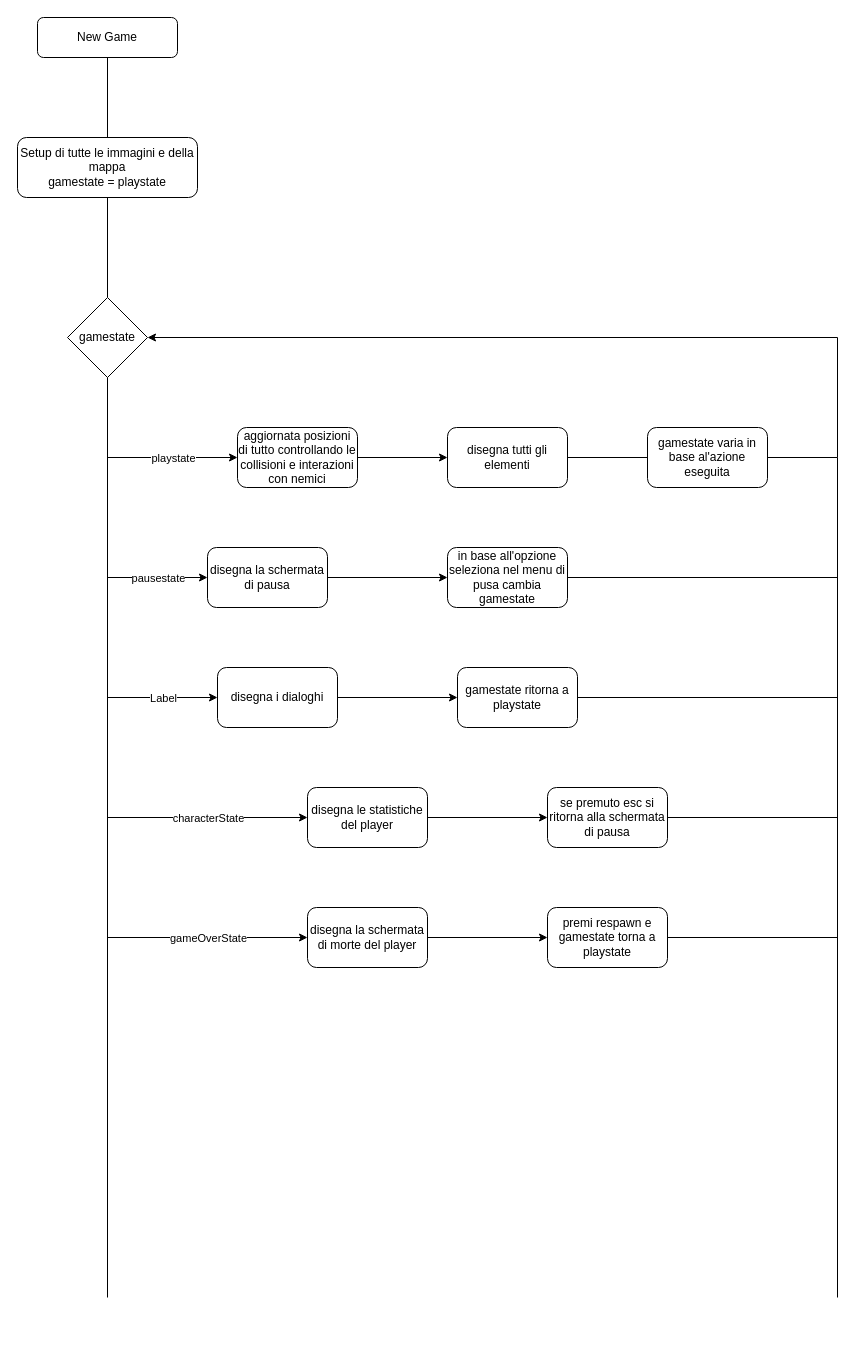
Above: UML/Diagramma senza titolo.drawio in Tonello05/java_progetto_fine_anno (draw.io), before the change. Source tidied: cells renumbered, new cells numbered last; positions are measured from the earlier drawing's top-left corner, leaving out a move shared by most shapes. Both pictures are drawn from the tidied source at 100%, with x=0, y=0 at pixel (17, 17).
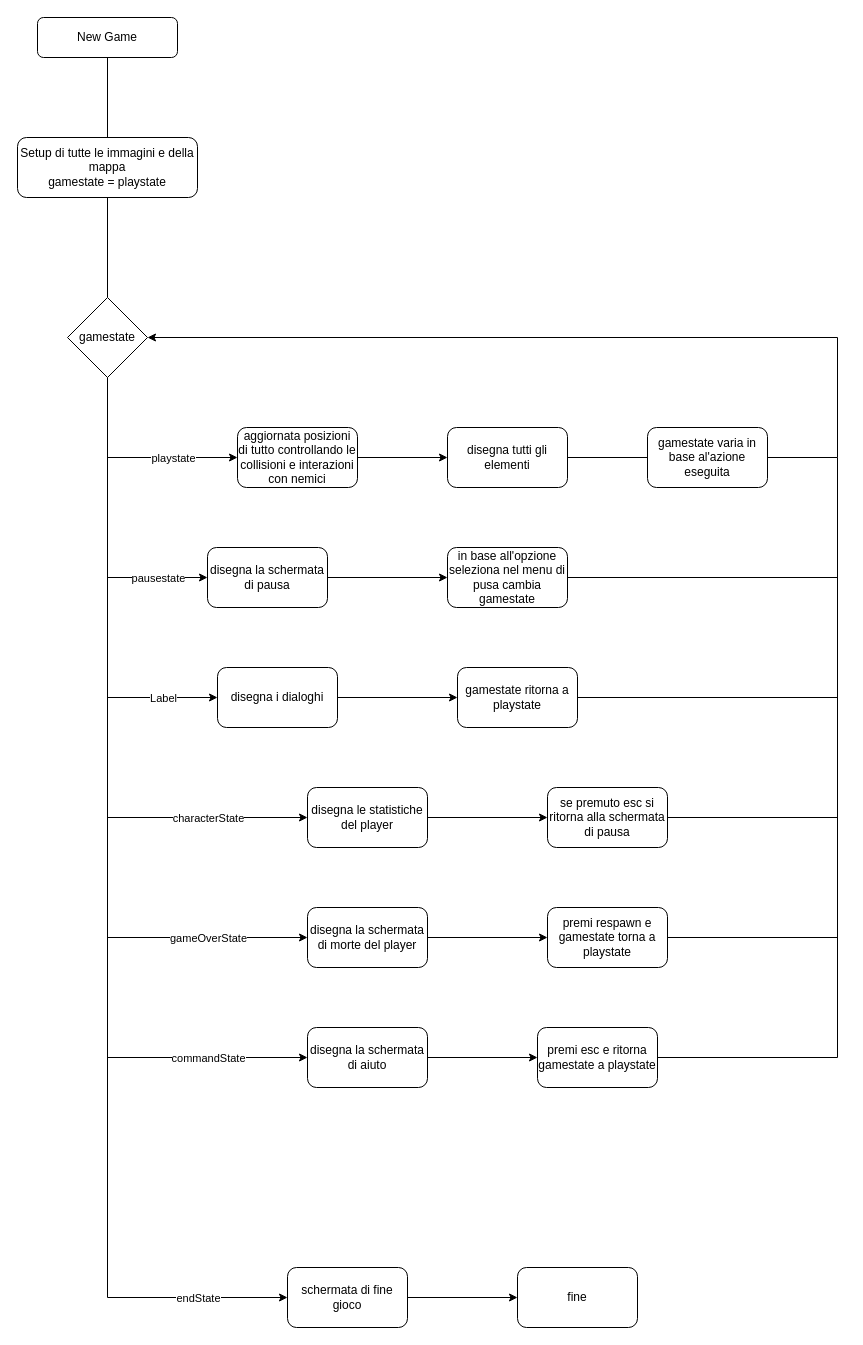
The same page after the edit.

What changed in the source:
```diff
@@
     <mxCell id="22" style="endArrow=none;html=1;rounded=0;" parent="1" edge="1">
       <mxGeometry relative="1" as="geometry">
-        <mxPoint x="820" y="1280" as="sourcePoint" />
+        <mxPoint x="820" y="1040" as="sourcePoint" />
         <mxPoint x="820" y="440" as="targetPoint" />
       </mxGeometry>
     </mxCell>
@@
+    <mxCell id="41" style="endArrow=classic;html=1;rounded=0;" parent="1" edge="1">
+      <mxGeometry relative="1" as="geometry">
+        <mxPoint x="90" y="1040" as="sourcePoint" />
+        <mxPoint x="290" y="1040" as="targetPoint" />
+        <Array as="points">
+          <mxPoint x="200" y="1040" />
+        </Array>
+      </mxGeometry>
+    </mxCell>
+    <mxCell id="42" value="commandState" style="edgeLabel;html=1;align=center;verticalAlign=middle;" parent="41" vertex="1">
+      <mxGeometry relative="1" as="geometry" />
+    </mxCell>
+    <mxCell id="43" value="disegna la schermata di aiuto" style="rounded=1;whiteSpace=wrap;html=1;" parent="1" vertex="1">
+      <mxGeometry x="290" y="1010" width="120" height="60" as="geometry" />
+    </mxCell>
+    <mxCell id="44" style="endArrow=classic;html=1;rounded=0;exitX=1;exitY=0.5;exitDx=0;exitDy=0;" parent="1" edge="1" source="43">
+      <mxGeometry relative="1" as="geometry">
+        <mxPoint x="520" y="1040" as="targetPoint" />
+      </mxGeometry>
+    </mxCell>
+    <mxCell id="45" value="premi esc e ritorna gamestate a playstate" style="rounded=1;whiteSpace=wrap;html=1;" parent="1" vertex="1">
+      <mxGeometry x="520" y="1010" width="120" height="60" as="geometry" />
+    </mxCell>
+    <mxCell id="46" style="endArrow=none;html=1;rounded=0;exitX=1;exitY=0.5;exitDx=0;exitDy=0;" parent="1" edge="1" source="45">
+      <mxGeometry relative="1" as="geometry">
+        <mxPoint x="820" y="1040" as="targetPoint" />
+      </mxGeometry>
+    </mxCell>
+    <mxCell id="47" style="endArrow=classic;html=1;rounded=0;" parent="1" edge="1">
+      <mxGeometry relative="1" as="geometry">
+        <mxPoint x="90" y="1280" as="sourcePoint" />
+        <mxPoint x="270" y="1280" as="targetPoint" />
+      </mxGeometry>
+    </mxCell>
+    <mxCell id="48" value="endState" style="edgeLabel;html=1;align=center;verticalAlign=middle;" parent="47" vertex="1">
+      <mxGeometry relative="1" as="geometry" />
+    </mxCell>
+    <mxCell id="49" value="schermata di fine gioco" style="rounded=1;whiteSpace=wrap;html=1;" parent="1" vertex="1">
+      <mxGeometry x="270" y="1250" width="120" height="60" as="geometry" />
+    </mxCell>
+    <mxCell id="50" style="endArrow=classic;html=1;rounded=0;exitX=1;exitY=0.5;exitDx=0;exitDy=0;" parent="1" edge="1" source="49" target="51">
+      <mxGeometry relative="1" as="geometry" />
+    </mxCell>
+    <mxCell id="51" value="fine" style="rounded=1;whiteSpace=wrap;html=1;" parent="1" vertex="1">
+      <mxGeometry x="500" y="1250" width="120" height="60" as="geometry" />
+    </mxCell>
```
